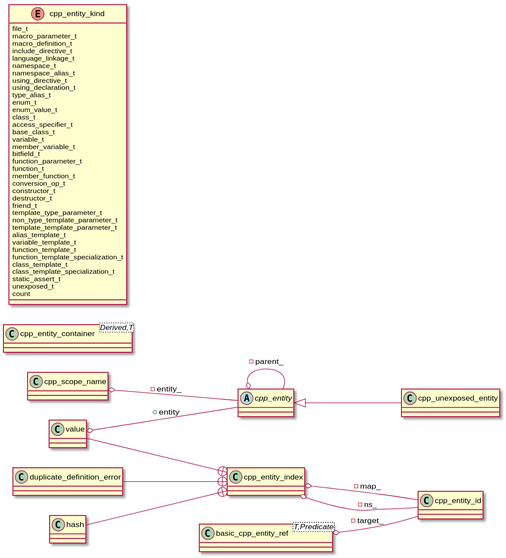
This is cppast/puml/cpp_entity_index_class_diagram.svg from bkryza/clang-uml-examples, a PlantUML export, as it was before one commit.
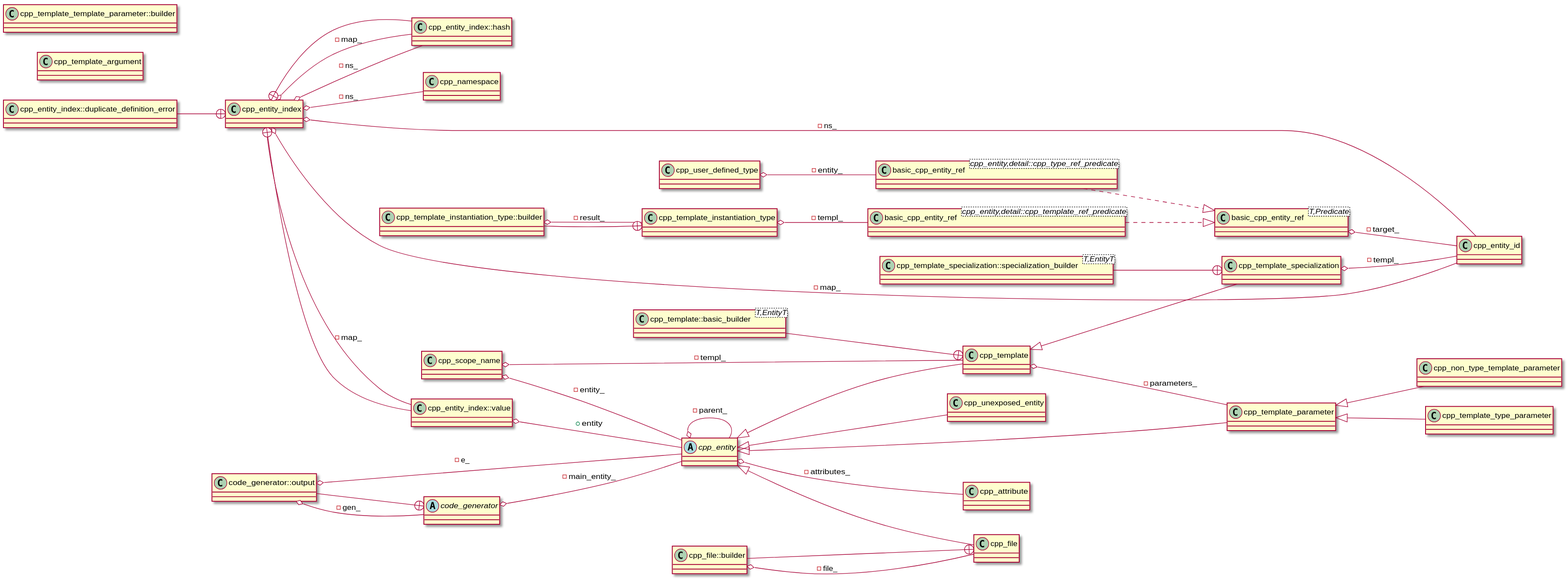
After the change.

Diff of the diagram source:
```diff
@@ -1,83 +1,128 @@
 @startuml
 left to right direction
-class "cpp_scope_name" as C_0000000176
-class C_0000000176 [[https://github.com/foonathan/cppast/blob/19cbc378f8a6b3fe7d04b309784a3a0920de9e75/include/cppast/cpp_entity.hpp#L22{The name of a scope. It is a combination of a name and optional template parameters.}]] {
+class "cpp_entity_id" as C_0001152344551163828554
+class C_0001152344551163828554 [[https://github.com/foonathan/cppast/blob/f81be80b524a88533f7e5eefd96fe10dc59cc289/include/cppast/cpp_entity_index.hpp#L38{A [ts::strong_typedef]() representing the unique id of a [cppast::cpp_entity](). It is comparable for equality.}]] {
 }
-abstract "cpp_entity" as C_0000000186
-abstract C_0000000186 [[https://github.com/foonathan/cppast/blob/19cbc378f8a6b3fe7d04b309784a3a0920de9e75/include/cppast/cpp_entity.hpp#L47{The base class for all entities in the C++ AST.}]] {
+class "cpp_entity_index" as C_0001989731226165037041
+class C_0001989731226165037041 [[https://github.com/foonathan/cppast/blob/f81be80b524a88533f7e5eefd96fe10dc59cc289/include/cppast/cpp_entity_index.hpp#L58{An index of all [cppast::cpp_entity]() objects created. It maps [cppast::cpp_entity_id]() to references to the [cppast::cpp_entity]() objects.}]] {
 }
-class "cpp_unexposed_entity" as C_0000000204
-class C_0000000204 [[https://github.com/foonathan/cppast/blob/19cbc378f8a6b3fe7d04b309784a3a0920de9e75/include/cppast/cpp_entity.hpp#L187{A [cppast::cpp_entity]() that isn't exposed directly. The only information available is the raw source code.}]] {
+class "cpp_entity_index::duplicate_definition_error" as C_0000761091778949007359
+class C_0000761091778949007359 [[https://github.com/foonathan/cppast/blob/f81be80b524a88533f7e5eefd96fe10dc59cc289/include/cppast/cpp_entity_index.hpp#L62{Exception thrown on duplicate entity definition.}]] {
 }
-class "cpp_entity_container<Derived,T>" as C_0000000219
-class C_0000000219 [[https://github.com/foonathan/cppast/blob/19cbc378f8a6b3fe7d04b309784a3a0920de9e75/include/cppast/cpp_entity_container.hpp#L15{cpp_entity_container}]] {
+class "cpp_entity_index::hash" as C_0000635901897695170526
+class C_0000635901897695170526 [[https://github.com/foonathan/cppast/blob/f81be80b524a88533f7e5eefd96fe10dc59cc289/include/cppast/cpp_entity_index.hpp#L116{cpp_entity_index##hash}]] {
 }
-class "cpp_entity_id" as C_0000000229
-class C_0000000229 [[https://github.com/foonathan/cppast/blob/19cbc378f8a6b3fe7d04b309784a3a0920de9e75/include/cppast/cpp_entity_index.hpp#L38{A [ts::strong_typedef]() representing the unique id of a [cppast::cpp_entity](). It is comparable for equality.}]] {
+class "cpp_entity_index::value" as C_0000872880435681158377
+class C_0000872880435681158377 [[https://github.com/foonathan/cppast/blob/f81be80b524a88533f7e5eefd96fe10dc59cc289/include/cppast/cpp_entity_index.hpp#L124{cpp_entity_index##value}]] {
 }
-class "cpp_entity_index" as C_0000000233
-class C_0000000233 [[https://github.com/foonathan/cppast/blob/19cbc378f8a6b3fe7d04b309784a3a0920de9e75/include/cppast/cpp_entity_index.hpp#L58{An index of all [cppast::cpp_entity]() objects created. It maps [cppast::cpp_entity_id]() to references to the [cppast::cpp_entity]() objects.}]] {
+class "cpp_attribute" as C_0000560657228528420559
+class C_0000560657228528420559 [[https://github.com/foonathan/cppast/blob/f81be80b524a88533f7e5eefd96fe10dc59cc289/include/cppast/cpp_attribute.hpp#L42{A C++ attribute, including `alignas` specifiers. It consists of a name, an optional namespace scope and optional arguments. The scope is just a single identifier and doesn't include the `::` and can be given explicitly or via using. The arguments are as...}]] {
 }
-class "duplicate_definition_error" as C_0000000260
-class C_0000000260 [[https://github.com/foonathan/cppast/blob/19cbc378f8a6b3fe7d04b309784a3a0920de9e75/include/cppast/cpp_entity_index.hpp#L62{Exception thrown on duplicate entity definition.}]] {
+class "cpp_scope_name" as C_0001691123644971107631
+class C_0001691123644971107631 [[https://github.com/foonathan/cppast/blob/f81be80b524a88533f7e5eefd96fe10dc59cc289/include/cppast/cpp_entity.hpp#L22{The name of a scope. It is a combination of a name and optional template parameters.}]] {
 }
-class "hash" as C_0000000264
-class C_0000000264 [[https://github.com/foonathan/cppast/blob/19cbc378f8a6b3fe7d04b309784a3a0920de9e75/include/cppast/cpp_entity_index.hpp#L116{hash}]] {
+abstract "cpp_entity" as C_0001854695372332280903
+abstract C_0001854695372332280903 [[https://github.com/foonathan/cppast/blob/f81be80b524a88533f7e5eefd96fe10dc59cc289/include/cppast/cpp_entity.hpp#L47{The base class for all entities in the C++ AST.}]] {
 }
-class "value" as C_0000000270
-class C_0000000270 [[https://github.com/foonathan/cppast/blob/19cbc378f8a6b3fe7d04b309784a3a0920de9e75/include/cppast/cpp_entity_index.hpp#L124{value}]] {
+class "cpp_unexposed_entity" as C_0001449857709503654826
+class C_0001449857709503654826 [[https://github.com/foonathan/cppast/blob/f81be80b524a88533f7e5eefd96fe10dc59cc289/include/cppast/cpp_entity.hpp#L187{A [cppast::cpp_entity]() that isn't exposed directly. The only information available is the raw source code.}]] {
 }
-enum "cpp_entity_kind" as C_0000000306
-enum C_0000000306 [[https://github.com/foonathan/cppast/blob/19cbc378f8a6b3fe7d04b309784a3a0920de9e75/include/cppast/cpp_entity_kind.hpp#L13{All possible kinds of C++ entities.}]] {
-file_t
-macro_parameter_t
-macro_definition_t
-include_directive_t
-language_linkage_t
-namespace_t
-namespace_alias_t
-using_directive_t
-using_declaration_t
-type_alias_t
-enum_t
-enum_value_t
-class_t
-access_specifier_t
-base_class_t
-variable_t
-member_variable_t
-bitfield_t
-function_parameter_t
-function_t
-member_function_t
-conversion_op_t
-constructor_t
-destructor_t
-friend_t
-template_type_parameter_t
-non_type_template_parameter_t
-template_template_parameter_t
-alias_template_t
-variable_template_t
-function_template_t
-function_template_specialization_t
-class_template_t
-class_template_specialization_t
-static_assert_t
-unexposed_t
-count
+class "basic_cpp_entity_ref<T,Predicate>" as C_0001879680673732685376
+class C_0001879680673732685376 [[https://github.com/foonathan/cppast/blob/f81be80b524a88533f7e5eefd96fe10dc59cc289/include/cppast/cpp_entity_ref.hpp#L23{A basic reference to some kind of [cppast::cpp_entity](). It can either refer to a single [cppast::cpp_entity]() or multiple. In the later case it is *overloaded*.}]] {
 }
-class "basic_cpp_entity_ref<T,Predicate>" as C_0000000311
-class C_0000000311 [[https://github.com/foonathan/cppast/blob/19cbc378f8a6b3fe7d04b309784a3a0920de9e75/include/cppast/cpp_entity_ref.hpp#L23{basic_cpp_entity_ref}]] {
+class "cpp_file" as C_0001248593507051490272
+class C_0001248593507051490272 [[https://github.com/foonathan/cppast/blob/f81be80b524a88533f7e5eefd96fe10dc59cc289/include/cppast/cpp_file.hpp#L27{A [cppast::cpp_entity]() modelling a file. This is the top-level entity of the AST.}]] {
 }
-C_0000000176 o-- C_0000000186 : -entity_
-C_0000000186 o-- C_0000000186 : -parent_
-C_0000000186 <|-- C_0000000204
-C_0000000233 o-- C_0000000229 : -map_
-C_0000000233 o-- C_0000000229 : -ns_
-C_0000000260 --+ C_0000000233
-C_0000000264 --+ C_0000000233
-C_0000000270 o-- C_0000000186 : +entity
-C_0000000270 --+ C_0000000233
-C_0000000311 o-- C_0000000229 : -target_
+class "cpp_file::builder" as C_0000664553235891385886
+class C_0000664553235891385886 [[https://github.com/foonathan/cppast/blob/f81be80b524a88533f7e5eefd96fe10dc59cc289/include/cppast/cpp_file.hpp#L33{Builds a [cppast::cpp_file]().}]] {
+}
+class "cpp_template" as C_0000007122300671081288
+class C_0000007122300671081288 [[https://github.com/foonathan/cppast/blob/f81be80b524a88533f7e5eefd96fe10dc59cc289/include/cppast/cppast_fwd.hpp#L61{cpp_template}]] {
+}
+class "cpp_template_specialization" as C_0000529201356065019777
+class C_0000529201356065019777 [[https://github.com/foonathan/cppast/blob/f81be80b524a88533f7e5eefd96fe10dc59cc289/include/cppast/cppast_fwd.hpp#L66{cpp_template_specialization}]] {
+}
+abstract "code_generator" as C_0000664741342971710245
+abstract C_0000664741342971710245 [[https://github.com/foonathan/cppast/blob/f81be80b524a88533f7e5eefd96fe10dc59cc289/include/cppast/cppast_fwd.hpp#L10{code_generator}]] {
+}
+class "cpp_template_argument" as C_0000701592080768365141
+class C_0000701592080768365141 [[https://github.com/foonathan/cppast/blob/f81be80b524a88533f7e5eefd96fe10dc59cc289/include/cppast/cppast_fwd.hpp#L62{cpp_template_argument}]] {
+}
+class "cpp_template_instantiation_type" as C_0001009421424714355715
+class C_0001009421424714355715 [[https://github.com/foonathan/cppast/blob/f81be80b524a88533f7e5eefd96fe10dc59cc289/include/cppast/cppast_fwd.hpp#L63{cpp_template_instantiation_type}]] {
+}
+class "cpp_template_parameter" as C_0001158442798649543268
+class C_0001158442798649543268 [[https://github.com/foonathan/cppast/blob/f81be80b524a88533f7e5eefd96fe10dc59cc289/include/cppast/cppast_fwd.hpp#L64{cpp_template_parameter}]] {
+}
+class "cpp_namespace" as C_0001318630691633731356
+class C_0001318630691633731356 [[https://github.com/foonathan/cppast/blob/f81be80b524a88533f7e5eefd96fe10dc59cc289/include/cppast/cppast_fwd.hpp#L55{cpp_namespace}]] {
+}
+class "cpp_non_type_template_parameter" as C_0001461284658212381765
+class C_0001461284658212381765 [[https://github.com/foonathan/cppast/blob/f81be80b524a88533f7e5eefd96fe10dc59cc289/include/cppast/cppast_fwd.hpp#L56{cpp_non_type_template_parameter}]] {
+}
+class "cpp_template_type_parameter" as C_0001672854013158225149
+class C_0001672854013158225149 [[https://github.com/foonathan/cppast/blob/f81be80b524a88533f7e5eefd96fe10dc59cc289/include/cppast/cppast_fwd.hpp#L68{cpp_template_type_parameter}]] {
+}
+class "cpp_user_defined_type" as C_0002166954434825938188
+class C_0002166954434825938188 [[https://github.com/foonathan/cppast/blob/f81be80b524a88533f7e5eefd96fe10dc59cc289/include/cppast/cppast_fwd.hpp#L75{cpp_user_defined_type}]] {
+}
+class "code_generator::output" as C_0002222237112070070423
+class C_0002222237112070070423 [[https://github.com/foonathan/cppast/blob/f81be80b524a88533f7e5eefd96fe10dc59cc289/include/cppast/code_generator.hpp#L168{Sentinel type used to output a given entity.}]] {
+}
+class "basic_cpp_entity_ref<cpp_entity,detail::cpp_type_ref_predicate>" as C_0001754391255065006254
+class C_0001754391255065006254 {
+}
+class "basic_cpp_entity_ref<cpp_entity,detail::cpp_template_ref_predicate>" as C_0001397949548864734907
+class C_0001397949548864734907 {
+}
+class "cpp_template_template_parameter::builder" as C_0001118280336262041582
+class C_0001118280336262041582 [[https://github.com/foonathan/cppast/blob/f81be80b524a88533f7e5eefd96fe10dc59cc289/include/cppast/cpp_template_parameter.hpp#L179{Builds a [cppast::cpp_template_template_parameter]().}]] {
+}
+class "cpp_template::basic_builder<T,EntityT>" as C_0001104269972866917281
+class C_0001104269972866917281 [[https://github.com/foonathan/cppast/blob/f81be80b524a88533f7e5eefd96fe10dc59cc289/include/cppast/cpp_template.hpp#L36{Builder class for templates. Inherit from it to provide additional setter.}]] {
+}
+class "cpp_template_instantiation_type::builder" as C_0000579013770947347620
+class C_0000579013770947347620 [[https://github.com/foonathan/cppast/blob/f81be80b524a88533f7e5eefd96fe10dc59cc289/include/cppast/cpp_template.hpp#L97{Builds a [cppast::cpp_template_instantiation]().}]] {
+}
+class "cpp_template_specialization::specialization_builder<T,EntityT>" as C_0001510136418131370008
+class C_0001510136418131370008 [[https://github.com/foonathan/cppast/blob/f81be80b524a88533f7e5eefd96fe10dc59cc289/include/cppast/cpp_template.hpp#L223{Builder class for specializations. Inherit from it to provide additional setter.}]] {
+}
+C_0001989731226165037041 o-- C_0001152344551163828554 : -map_
+C_0001989731226165037041 o-- C_0000872880435681158377 : -map_
+C_0001989731226165037041 o-- C_0000635901897695170526 : -map_
+C_0001989731226165037041 o-- C_0001152344551163828554 : -ns_
+C_0001989731226165037041 o-- C_0001318630691633731356 : -ns_
+C_0001989731226165037041 o-- C_0000635901897695170526 : -ns_
+C_0000761091778949007359 --+ C_0001989731226165037041
+C_0000635901897695170526 --+ C_0001989731226165037041
+C_0000872880435681158377 o-- C_0001854695372332280903 : +entity
+C_0000872880435681158377 --+ C_0001989731226165037041
+C_0001691123644971107631 o-- C_0001854695372332280903 : -entity_
+C_0001691123644971107631 o-- C_0000007122300671081288 : -templ_
+C_0001854695372332280903 o-- C_0000560657228528420559 : -attributes_
+C_0001854695372332280903 o-- C_0001854695372332280903 : -parent_
+C_0001854695372332280903 <|-- C_0001449857709503654826
+C_0001879680673732685376 o-- C_0001152344551163828554 : -target_
+C_0001854695372332280903 <|-- C_0001248593507051490272
+C_0000664553235891385886 o-- C_0001248593507051490272 : -file_
+C_0000664553235891385886 --+ C_0001248593507051490272
+C_0000007122300671081288 o-- C_0001158442798649543268 : -parameters_
+C_0001854695372332280903 <|-- C_0000007122300671081288
+C_0000529201356065019777 o-- C_0001152344551163828554 : -templ_
+C_0000007122300671081288 <|-- C_0000529201356065019777
+C_0000664741342971710245 o-- C_0001854695372332280903 : -main_entity_
+C_0001009421424714355715 o-- C_0001397949548864734907 : -templ_
+C_0001854695372332280903 <|-- C_0001158442798649543268
+C_0001158442798649543268 <|-- C_0001461284658212381765
+C_0001158442798649543268 <|-- C_0001672854013158225149
+C_0002166954434825938188 o-- C_0001754391255065006254 : -entity_
+C_0002222237112070070423 o-- C_0000664741342971710245 : -gen_
+C_0002222237112070070423 o-- C_0001854695372332280903 : -e_
+C_0002222237112070070423 --+ C_0000664741342971710245
+C_0001754391255065006254 ..|> C_0001879680673732685376
+C_0001397949548864734907 ..|> C_0001879680673732685376
+C_0001104269972866917281 --+ C_0000007122300671081288
+C_0000579013770947347620 o-- C_0001009421424714355715 : -result_
+C_0000579013770947347620 --+ C_0001009421424714355715
+C_0001510136418131370008 --+ C_0000529201356065019777
 @enduml
```
